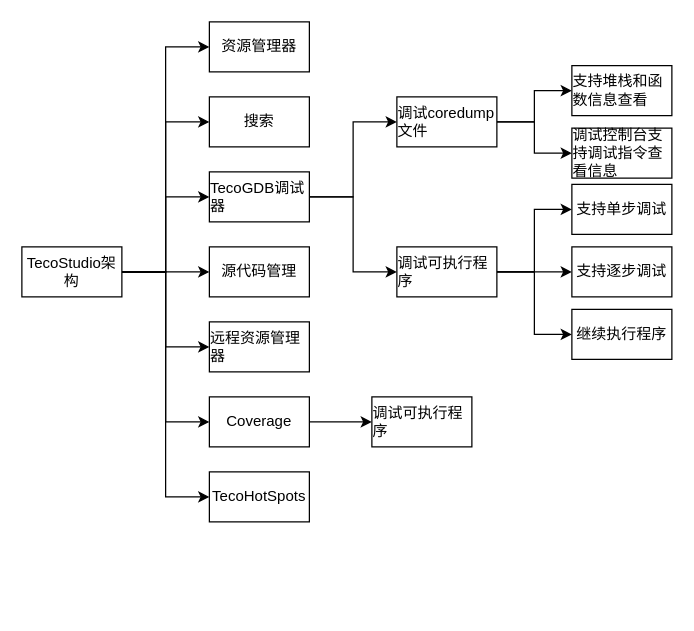
Above: images/未命名绘图.drawio in Edgar8a2023/tecoprofiler (draw.io), before the change. Source tidied: cells renumbered, new cells numbered last; positions are measured from the earlier drawing's top-left corner, leaving out a move shared by most shapes. Both pictures are drawn from the tidied source at 125%, with x=0, y=0 at pixel (21, 21).
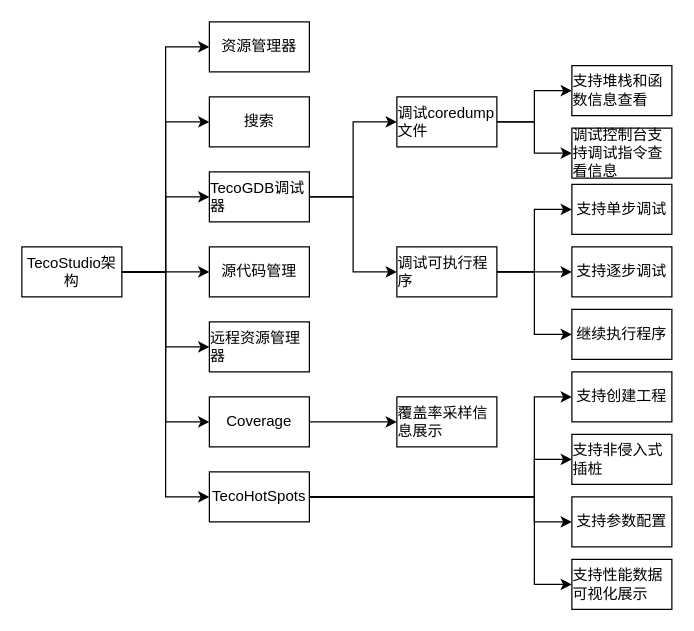
The same diagram, later.

The change refers to these unchanged cells:
```xml
<mxCell id="12" value="&lt;article data-clipboard-cangjie=&quot;[&amp;quot;root&amp;quot;,{},[&amp;quot;p&amp;quot;,{},[&amp;quot;span&amp;quot;,{&amp;quot;data-type&amp;quot;:&amp;quot;text&amp;quot;},[&amp;quot;span&amp;quot;,{&amp;quot;fonts&amp;quot;:{&amp;quot;hint&amp;quot;:&amp;quot;eastAsia&amp;quot;},&amp;quot;data-type&amp;quot;:&amp;quot;leaf&amp;quot;},&amp;quot;TecoHotSpots&amp;quot;]]]]&quot; class=&quot;4ever-article&quot;&gt;&lt;p style=&quot;text-align: left; margin-left: 0px; margin-top: 0px; margin-bottom: 0px;&quot;&gt;TecoHotSpots&lt;/p&gt;&lt;/article&gt;" style="whiteSpace=wrap;html=1;" parent="1" vertex="1">
  <mxGeometry x="150" y="360" width="80" height="40" as="geometry" />
</mxCell>
```

What changed in the source:
```diff
@@
+    <mxCell id="33" style="edgeStyle=orthogonalEdgeStyle;rounded=0;jettySize=auto;html=1;exitX=1;exitY=0.5;exitDx=0;exitDy=0;entryX=0;entryY=0.5;entryDx=0;entryDy=0;" parent="1" edge="1" source="12" target="37">
+      <mxGeometry relative="1" as="geometry">
+        <Array as="points">
+          <mxPoint x="410" y="380" />
+          <mxPoint x="410" y="300" />
+        </Array>
+      </mxGeometry>
+    </mxCell>
+    <mxCell id="34" style="edgeStyle=orthogonalEdgeStyle;rounded=0;jettySize=auto;html=1;exitX=1;exitY=0.5;exitDx=0;exitDy=0;entryX=0;entryY=0.5;entryDx=0;entryDy=0;" parent="1" edge="1" source="12" target="38">
+      <mxGeometry relative="1" as="geometry">
+        <Array as="points">
+          <mxPoint x="410" y="380" />
+          <mxPoint x="410" y="350" />
+        </Array>
+      </mxGeometry>
+    </mxCell>
+    <mxCell id="35" style="edgeStyle=orthogonalEdgeStyle;rounded=0;jettySize=auto;html=1;exitX=1;exitY=0.5;exitDx=0;exitDy=0;entryX=0;entryY=0.5;entryDx=0;entryDy=0;" parent="1" edge="1" source="12" target="39">
+      <mxGeometry relative="1" as="geometry">
+        <Array as="points">
+          <mxPoint x="410" y="380" />
+          <mxPoint x="410" y="400" />
+        </Array>
+      </mxGeometry>
+    </mxCell>
+    <mxCell id="36" style="edgeStyle=orthogonalEdgeStyle;rounded=0;jettySize=auto;html=1;exitX=1;exitY=0.5;exitDx=0;exitDy=0;entryX=0;entryY=0.5;entryDx=0;entryDy=0;" parent="1" edge="1" source="12" target="40">
+      <mxGeometry relative="1" as="geometry">
+        <Array as="points">
+          <mxPoint x="410" y="380" />
+          <mxPoint x="410" y="450" />
+        </Array>
+      </mxGeometry>
+    </mxCell>
@@
-    <mxCell id="32" value="&lt;article data-clipboard-cangjie=&quot;[&amp;quot;root&amp;quot;,{},[&amp;quot;p&amp;quot;,{},[&amp;quot;span&amp;quot;,{&amp;quot;data-type&amp;quot;:&amp;quot;text&amp;quot;},[&amp;quot;span&amp;quot;,{&amp;quot;fonts&amp;quot;:{&amp;quot;hint&amp;quot;:&amp;quot;eastAsia&amp;quot;},&amp;quot;data-type&amp;quot;:&amp;quot;leaf&amp;quot;},&amp;quot;运行和调试&amp;quot;]]]]&quot; class=&quot;4ever-article&quot;&gt;&lt;p style=&quot;text-align: left; margin-left: 0px; margin-top: 0px; margin-bottom: 0px;&quot;&gt;调试可执行程序&lt;br&gt;&lt;/p&gt;&lt;/article&gt;" style="whiteSpace=wrap;html=1;" parent="1" vertex="1">
-      <mxGeometry x="280" y="300" width="80" height="40" as="geometry" />
+    <mxCell id="32" value="&lt;article data-clipboard-cangjie=&quot;[&amp;quot;root&amp;quot;,{},[&amp;quot;p&amp;quot;,{},[&amp;quot;span&amp;quot;,{&amp;quot;data-type&amp;quot;:&amp;quot;text&amp;quot;},[&amp;quot;span&amp;quot;,{&amp;quot;fonts&amp;quot;:{&amp;quot;hint&amp;quot;:&amp;quot;eastAsia&amp;quot;},&amp;quot;data-type&amp;quot;:&amp;quot;leaf&amp;quot;},&amp;quot;运行和调试&amp;quot;]]]]&quot; class=&quot;4ever-article&quot;&gt;&lt;p style=&quot;text-align: left; margin-left: 0px; margin-top: 0px; margin-bottom: 0px;&quot;&gt;覆盖率采样信息展示&lt;br&gt;&lt;/p&gt;&lt;/article&gt;" style="whiteSpace=wrap;html=1;" parent="1" vertex="1">
+      <mxGeometry x="300" y="300" width="80" height="40" as="geometry" />
     </mxCell>
+    <mxCell id="37" value="&lt;article data-clipboard-cangjie=&quot;[&amp;quot;root&amp;quot;,{},[&amp;quot;p&amp;quot;,{},[&amp;quot;span&amp;quot;,{&amp;quot;data-type&amp;quot;:&amp;quot;text&amp;quot;},[&amp;quot;span&amp;quot;,{&amp;quot;fonts&amp;quot;:{&amp;quot;hint&amp;quot;:&amp;quot;eastAsia&amp;quot;},&amp;quot;data-type&amp;quot;:&amp;quot;leaf&amp;quot;},&amp;quot;运行和调试&amp;quot;]]]]&quot; class=&quot;4ever-article&quot;&gt;&lt;p style=&quot;text-align: left; margin-left: 0px; margin-top: 0px; margin-bottom: 0px;&quot;&gt;支持创建工程&lt;br&gt;&lt;/p&gt;&lt;/article&gt;" style="whiteSpace=wrap;html=1;" parent="1" vertex="1">
+      <mxGeometry x="440" y="280" width="80" height="40" as="geometry" />
+    </mxCell>
+    <mxCell id="38" value="&lt;article data-clipboard-cangjie=&quot;[&amp;quot;root&amp;quot;,{},[&amp;quot;p&amp;quot;,{},[&amp;quot;span&amp;quot;,{&amp;quot;data-type&amp;quot;:&amp;quot;text&amp;quot;},[&amp;quot;span&amp;quot;,{&amp;quot;fonts&amp;quot;:{&amp;quot;hint&amp;quot;:&amp;quot;eastAsia&amp;quot;},&amp;quot;data-type&amp;quot;:&amp;quot;leaf&amp;quot;},&amp;quot;运行和调试&amp;quot;]]]]&quot; class=&quot;4ever-article&quot;&gt;&lt;p style=&quot;text-align: left; margin-left: 0px; margin-top: 0px; margin-bottom: 0px;&quot;&gt;支持非侵入式插桩&lt;br&gt;&lt;/p&gt;&lt;/article&gt;" style="whiteSpace=wrap;html=1;" parent="1" vertex="1">
+      <mxGeometry x="440" y="330" width="80" height="40" as="geometry" />
+    </mxCell>
+    <mxCell id="39" value="&lt;article data-clipboard-cangjie=&quot;[&amp;quot;root&amp;quot;,{},[&amp;quot;p&amp;quot;,{},[&amp;quot;span&amp;quot;,{&amp;quot;data-type&amp;quot;:&amp;quot;text&amp;quot;},[&amp;quot;span&amp;quot;,{&amp;quot;fonts&amp;quot;:{&amp;quot;hint&amp;quot;:&amp;quot;eastAsia&amp;quot;},&amp;quot;data-type&amp;quot;:&amp;quot;leaf&amp;quot;},&amp;quot;运行和调试&amp;quot;]]]]&quot; class=&quot;4ever-article&quot;&gt;&lt;p style=&quot;text-align: left; margin-left: 0px; margin-top: 0px; margin-bottom: 0px;&quot;&gt;支持参数配置&lt;br&gt;&lt;/p&gt;&lt;/article&gt;" style="whiteSpace=wrap;html=1;" parent="1" vertex="1">
+      <mxGeometry x="440" y="380" width="80" height="40" as="geometry" />
+    </mxCell>
+    <mxCell id="40" value="&lt;article data-clipboard-cangjie=&quot;[&amp;quot;root&amp;quot;,{},[&amp;quot;p&amp;quot;,{},[&amp;quot;span&amp;quot;,{&amp;quot;data-type&amp;quot;:&amp;quot;text&amp;quot;},[&amp;quot;span&amp;quot;,{&amp;quot;fonts&amp;quot;:{&amp;quot;hint&amp;quot;:&amp;quot;eastAsia&amp;quot;},&amp;quot;data-type&amp;quot;:&amp;quot;leaf&amp;quot;},&amp;quot;运行和调试&amp;quot;]]]]&quot; class=&quot;4ever-article&quot;&gt;&lt;p style=&quot;text-align: left; margin-left: 0px; margin-top: 0px; margin-bottom: 0px;&quot;&gt;支持性能数据可视化展示&lt;br&gt;&lt;/p&gt;&lt;/article&gt;" style="whiteSpace=wrap;html=1;" parent="1" vertex="1">
+      <mxGeometry x="440" y="430" width="80" height="40" as="geometry" />
+    </mxCell>
```
